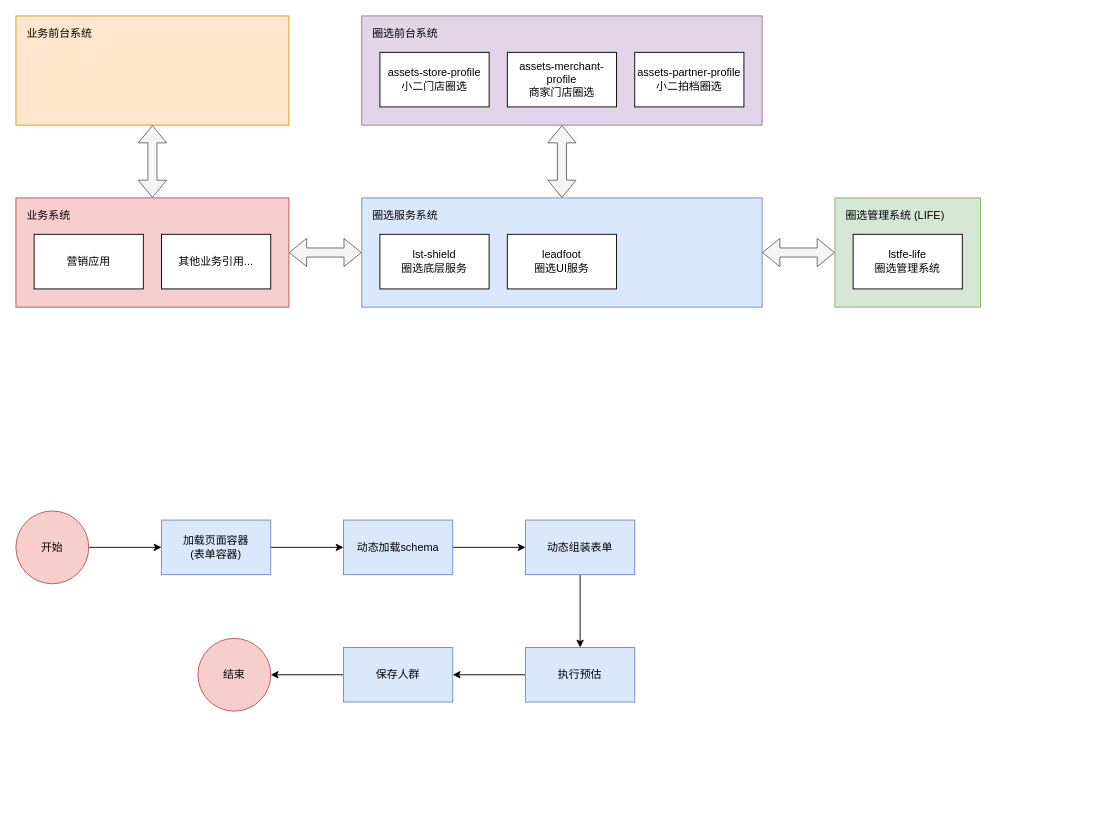
Above: 圈选系统前端技术架构.drawio in zzuwzj/draw (draw.io), before the change. Source tidied: cells renumbered, new cells numbered last; positions are measured from the earlier drawing's top-left corner, leaving out a move shared by most shapes. Both pictures are drawn from the tidied source at 91%, with x=0, y=0 at pixel (15, 15).
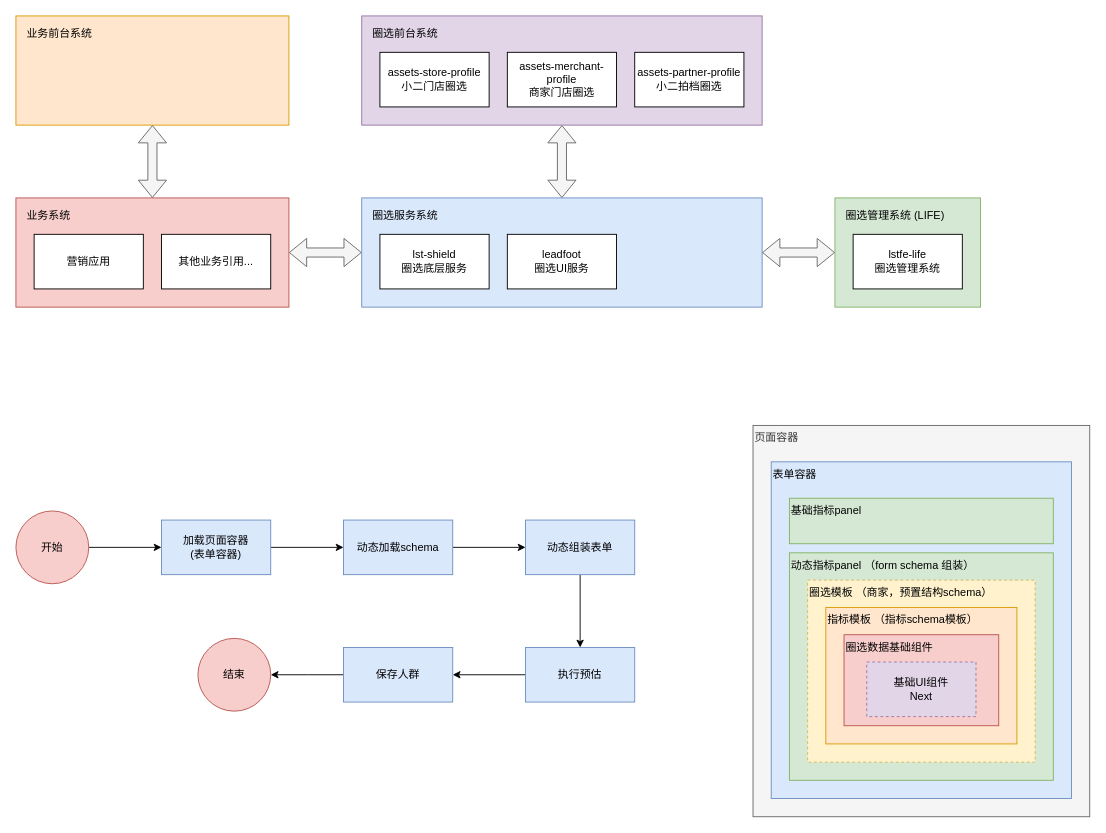
The same diagram, later.

Commit message:
Update 圈选系统前端技术架构.drawio

What changed in the source:
```diff
@@
+    <mxCell id="37" value="页面容器" style="rounded=0;whiteSpace=wrap;html=1;align=left;verticalAlign=top;fillColor=#f5f5f5;strokeColor=#666666;fontColor=#333333;" parent="1" vertex="1">
+      <mxGeometry x="810" y="450" width="370" height="430" as="geometry" />
+    </mxCell>
@@
+    <mxCell id="38" value="表单容器" style="rounded=0;whiteSpace=wrap;html=1;align=left;verticalAlign=top;fillColor=#dae8fc;strokeColor=#6c8ebf;" parent="1" vertex="1">
+      <mxGeometry x="830" y="490" width="330" height="370" as="geometry" />
+    </mxCell>
+    <mxCell id="39" value="基础指标panel" style="rounded=0;whiteSpace=wrap;html=1;align=left;verticalAlign=top;fillColor=#d5e8d4;strokeColor=#82b366;" parent="1" vertex="1">
+      <mxGeometry x="850" y="530" width="290" height="50" as="geometry" />
+    </mxCell>
+    <mxCell id="40" value="动态指标panel （form schema 组装）" style="rounded=0;whiteSpace=wrap;html=1;align=left;verticalAlign=top;fillColor=#d5e8d4;strokeColor=#82b366;" parent="1" vertex="1">
+      <mxGeometry x="850" y="590" width="290" height="250" as="geometry" />
+    </mxCell>
+    <mxCell id="41" value="圈选模板 （商家，预置结构schema）" style="rounded=0;whiteSpace=wrap;html=1;align=left;verticalAlign=top;dashed=1;fillColor=#fff2cc;strokeColor=#d6b656;" parent="1" vertex="1">
+      <mxGeometry x="870" y="620" width="250" height="200" as="geometry" />
+    </mxCell>
+    <mxCell id="42" value="指标模板 （指标schema模板）" style="rounded=0;whiteSpace=wrap;html=1;align=left;verticalAlign=top;fillColor=#ffe6cc;strokeColor=#d79b00;" parent="1" vertex="1">
+      <mxGeometry x="890" y="650" width="210" height="150" as="geometry" />
+    </mxCell>
+    <mxCell id="43" value="圈选数据基础组件" style="rounded=0;whiteSpace=wrap;html=1;align=left;verticalAlign=top;fillColor=#f8cecc;strokeColor=#b85450;" parent="1" vertex="1">
+      <mxGeometry x="910" y="680" width="170" height="100" as="geometry" />
+    </mxCell>
+    <mxCell id="44" value="基础UI组件&lt;br&gt;Next" style="rounded=0;whiteSpace=wrap;html=1;dashed=1;align=center;fillColor=#e1d5e7;strokeColor=#9673a6;" parent="1" vertex="1">
+      <mxGeometry x="935" y="710" width="120" height="60" as="geometry" />
+    </mxCell>
```
